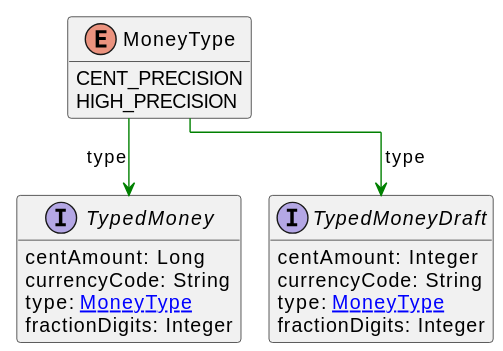
Before: uml/api/svg/MoneyType.svg, a diagram exported from PlantUML (commercetools/commercetools-api-reference).
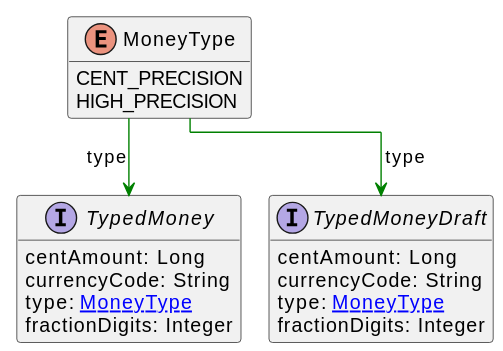
The same diagram one commit later.

The edit, as a diff of the source:
```diff
@@ -12,7 +12,7 @@
     fractionDigits: Integer
 }
 interface TypedMoneyDraft [[TypedMoneyDraft.svg]]  {
-    centAmount: Integer
+    centAmount: Long
     currencyCode: String
     type: [[MoneyType.svg MoneyType]]
     fractionDigits: Integer
```
